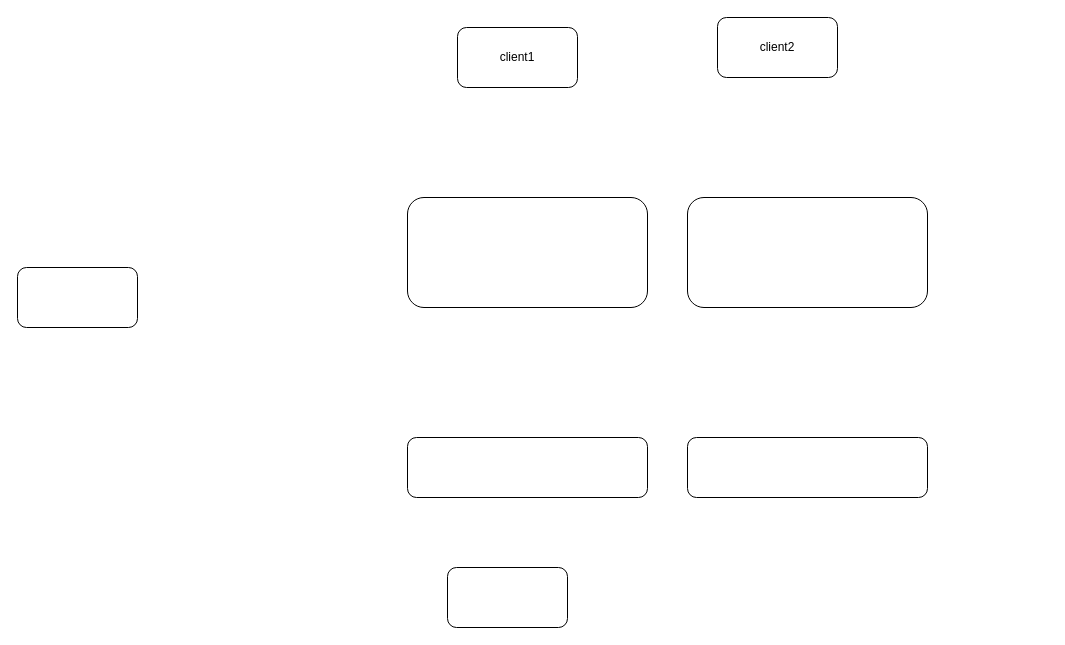
Earlier version of the draw.io diagram 在线gdb.drawio (xiell2016/hetaoDesign). Source tidied: cells renumbered, new cells numbered last; positions are measured from the earlier drawing's top-left corner, leaving out a move shared by most shapes. Both pictures are drawn from the tidied source at 100%, with x=0, y=0 at pixel (17, 17).
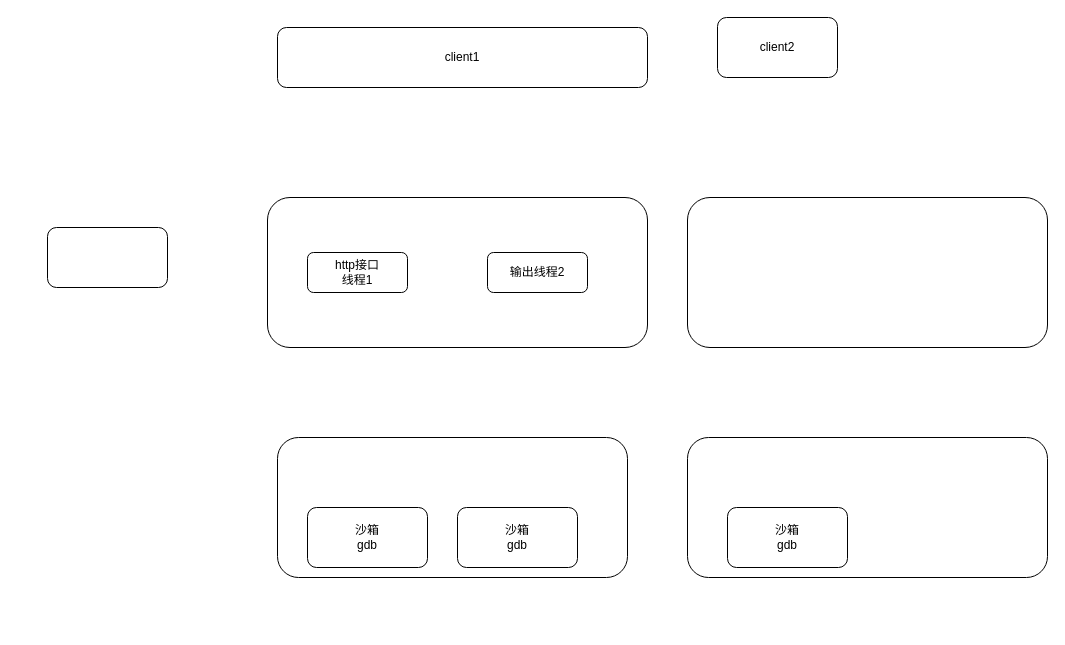
Above is the later version.

Diff of the diagram source:
```diff
@@
 <mxGraphModel>
   <root>
     <mxCell id="0" />
     <mxCell id="1" parent="0" />
     <mxCell id="2" value="client1" style="rounded=1;whiteSpace=wrap;html=1;" parent="1" vertex="1">
-      <mxGeometry x="440" y="10" width="120" height="60" as="geometry" />
+      <mxGeometry x="260" y="10" width="370" height="60" as="geometry" />
     </mxCell>
     <mxCell id="3" style="rounded=1;whiteSpace=wrap;html=1;" parent="1" vertex="1">
-      <mxGeometry x="390" y="180" width="240" height="110" as="geometry" />
+      <mxGeometry x="250" y="180" width="380" height="150" as="geometry" />
     </mxCell>
-    <mxCell id="4" style="rounded=1;whiteSpace=wrap;html=1;" parent="1" vertex="1">
-      <mxGeometry y="250" width="120" height="60" as="geometry" />
-    </mxCell>
     <mxCell id="5" value="client2" style="rounded=1;whiteSpace=wrap;html=1;" parent="1" vertex="1">
       <mxGeometry x="700" width="120" height="60" as="geometry" />
     </mxCell>
     <mxCell id="6" style="rounded=1;whiteSpace=wrap;html=1;" parent="1" vertex="1">
-      <mxGeometry x="670" y="180" width="240" height="110" as="geometry" />
+      <mxGeometry x="670" y="180" width="360" height="150" as="geometry" />
     </mxCell>
     <mxCell id="7" style="rounded=1;whiteSpace=wrap;html=1;" parent="1" vertex="1">
-      <mxGeometry x="670" y="420" width="240" height="60" as="geometry" />
+      <mxGeometry x="670" y="420" width="360" height="140" as="geometry" />
     </mxCell>
     <mxCell id="8" style="rounded=1;whiteSpace=wrap;html=1;" parent="1" vertex="1">
-      <mxGeometry x="390" y="420" width="240" height="60" as="geometry" />
+      <mxGeometry x="260" y="420" width="350" height="140" as="geometry" />
     </mxCell>
-    <mxCell id="9" style="rounded=1;whiteSpace=wrap;html=1;" parent="1" vertex="1">
-      <mxGeometry x="430" y="550" width="120" height="60" as="geometry" />
-    </mxCell>
+    <mxCell id="10" style="rounded=1;whiteSpace=wrap;html=1;" parent="1" vertex="1">
+      <mxGeometry x="30" y="210" width="120" height="60" as="geometry" />
+    </mxCell>
+    <mxCell id="11" value="&lt;div&gt;沙箱&lt;/div&gt;gdb" style="rounded=1;whiteSpace=wrap;html=1;" parent="1" vertex="1">
+      <mxGeometry x="290" y="490" width="120" height="60" as="geometry" />
+    </mxCell>
+    <mxCell id="12" value="&lt;div&gt;沙箱&lt;/div&gt;gdb" style="rounded=1;whiteSpace=wrap;html=1;" parent="1" vertex="1">
+      <mxGeometry x="440" y="490" width="120" height="60" as="geometry" />
+    </mxCell>
+    <mxCell id="13" value="&lt;div&gt;沙箱&lt;/div&gt;gdb" style="rounded=1;whiteSpace=wrap;html=1;" parent="1" vertex="1">
+      <mxGeometry x="710" y="490" width="120" height="60" as="geometry" />
+    </mxCell>
+    <mxCell id="14" value="http接口&lt;div&gt;线程1&lt;/div&gt;" style="rounded=1;whiteSpace=wrap;html=1;" parent="1" vertex="1">
+      <mxGeometry x="290" y="235" width="100" height="40" as="geometry" />
+    </mxCell>
+    <mxCell id="15" value="输出线程2" style="rounded=1;whiteSpace=wrap;html=1;" parent="1" vertex="1">
+      <mxGeometry x="470" y="235" width="100" height="40" as="geometry" />
+    </mxCell>
   </root>
 </mxGraphModel>
```
